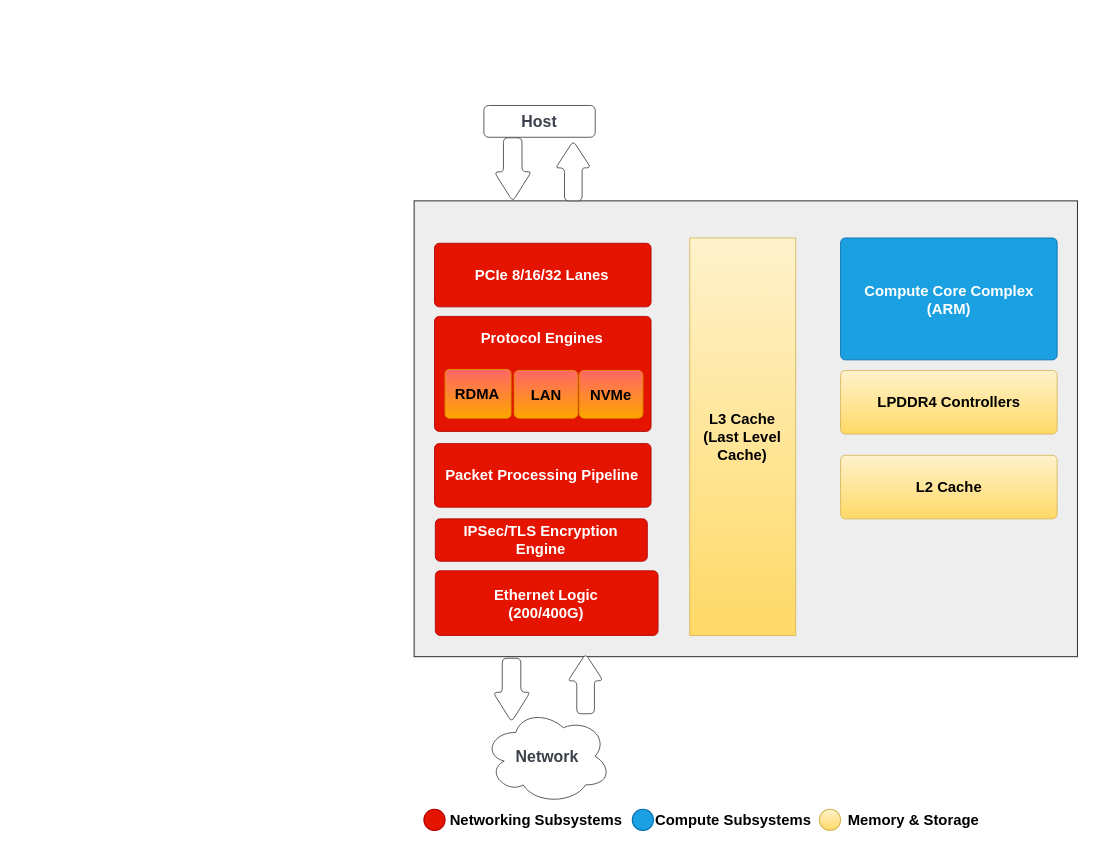
purduecyan/media keeps this draw.io diagram as Snic.drawio. Above is the earlier version. Source tidied: cells renumbered, new cells numbered last; positions are measured from the earlier drawing's top-left corner, leaving out a move shared by most shapes. Both pictures are drawn from the tidied source at 106%, with x=0, y=0 at pixel (413, 105).
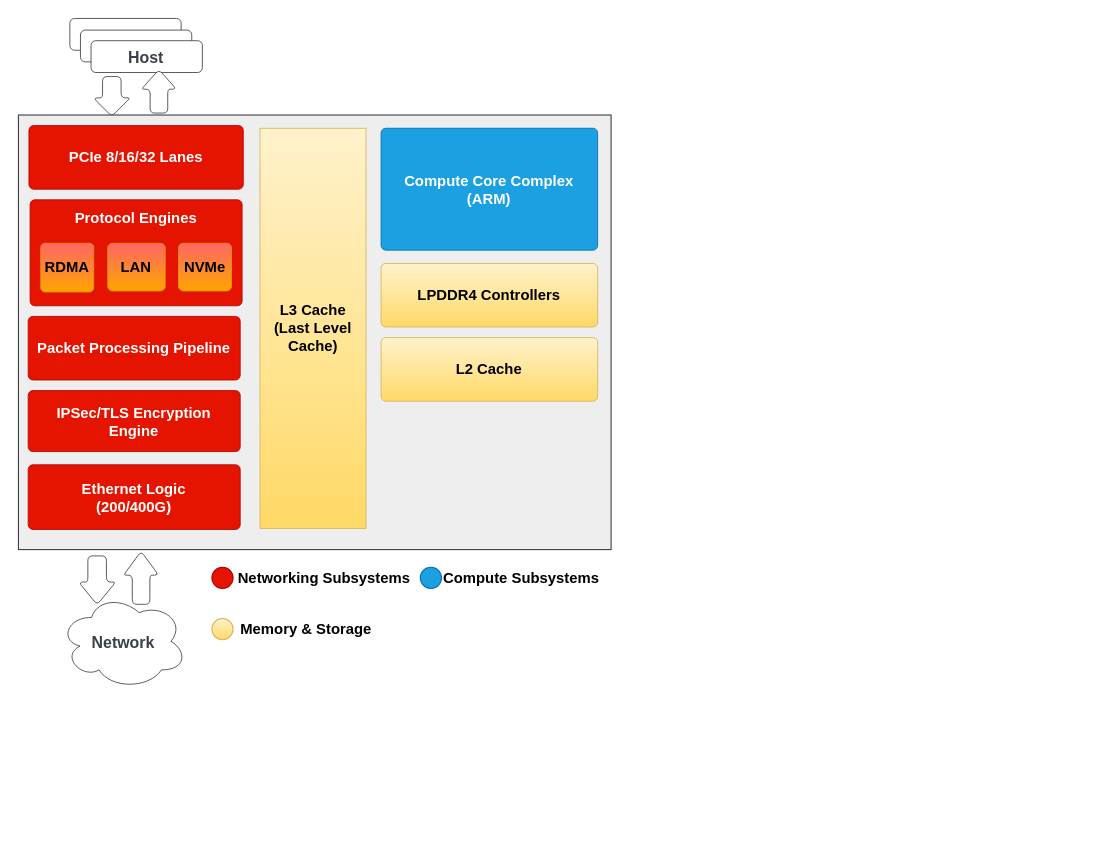
The same page after the edit.

What changed in the source:
```diff
@@
-    <mxCell id="2" style="group;" parent="1" vertex="1">
-      <mxGeometry x="0.2" width="625.8" height="580" as="geometry" />
-    </mxCell>
-    <mxCell id="3" style="group;" parent="2" vertex="1">
-      <mxGeometry width="625.8" height="580" as="geometry" />
-    </mxCell>
+    <mxCell id="30" style="group;" parent="1" vertex="1">
+      <mxGeometry x="-373.1" y="-82.1" width="559.1" height="632.6" as="geometry" />
+    </mxCell>
+    <mxCell id="24" value="&lt;b&gt;&lt;font style=&quot;font-size: 14px;&quot;&gt;Networking Subsystems&lt;br&gt;&lt;/font&gt;&lt;/b&gt;" style="text;html=1;align=center;verticalAlign=middle;strokeColor=none;fillColor=none;" parent="30" vertex="1">
+      <mxGeometry x="193.2" y="512.7" width="190" height="30" as="geometry" />
+    </mxCell>
+    <mxCell id="25" style="ellipse;whiteSpace=wrap;html=1;fillColor=#e51400;fontColor=#ffffff;strokeColor=#B20000;" parent="30" vertex="1">
+      <mxGeometry x="182.5" y="517.7" width="20" height="20" as="geometry" />
+    </mxCell>
+    <mxCell id="26" value="&lt;b style=&quot;font-size: 14px;&quot;&gt;Compute Subsystems&lt;br&gt;&lt;/b&gt;" style="text;html=1;align=center;verticalAlign=middle;strokeColor=none;fillColor=none;" parent="30" vertex="1">
+      <mxGeometry x="389.1" y="512.7" width="170" height="30" as="geometry" />
+    </mxCell>
+    <mxCell id="27" style="ellipse;whiteSpace=wrap;html=1;fillColor=#1ba1e2;fontColor=#ffffff;strokeColor=#006EAF;" parent="30" vertex="1">
+      <mxGeometry x="379.1" y="517.7" width="20" height="20" as="geometry" />
+    </mxCell>
+    <mxCell id="28" value="&lt;b style=&quot;font-size: 14px;&quot;&gt;Memory &amp;amp; Storage&lt;br&gt;&lt;/b&gt;" style="text;html=1;align=center;verticalAlign=middle;strokeColor=none;fillColor=none;" parent="30" vertex="1">
+      <mxGeometry x="196" y="561.1" width="150" height="30" as="geometry" />
+    </mxCell>
+    <mxCell id="29" style="ellipse;whiteSpace=wrap;html=1;fillColor=#fff2cc;gradientColor=#ffd966;strokeColor=#d6b656;" parent="30" vertex="1">
+      <mxGeometry x="182.5" y="566.1" width="20" height="20" as="geometry" />
+    </mxCell>
-    <mxCell id="4" style="rounded=0;whiteSpace=wrap;html=1;fillColor=#eeeeee;strokeColor=#36393d;" parent="3" vertex="1">
-      <mxGeometry y="90" width="625.8" height="430" as="geometry" />
+    <mxCell id="4" style="rounded=0;whiteSpace=wrap;html=1;fillColor=#eeeeee;strokeColor=#36393d;" parent="30" vertex="1">
+      <mxGeometry y="91.1" width="559.1" height="410" as="geometry" />
     </mxCell>
-    <mxCell id="5" style="group;" parent="3" vertex="1">
-      <mxGeometry x="19.2" y="199" width="204.3" height="301" as="geometry" />
-    </mxCell>
-    <mxCell id="6" value="Protocol Engines&lt;br&gt;&lt;br&gt;&lt;br&gt;&lt;br&gt;&lt;br&gt;" style="html=1;overflow=block;blockSpacing=1;whiteSpace=wrap;fontSize=14;fontColor=#ffffff;spacing=3.8;strokeColor=#B20000;strokeOpacity=100;fillOpacity=100;rounded=1;absoluteArcSize=1;arcSize=9;fillColor=#e51400;strokeWidth=0.8;lucidId=~~6K7ca9YZYn;fontStyle=1;" parent="5" vertex="1">
-      <mxGeometry width="204.3" height="108.5" as="geometry" />
-    </mxCell>
-    <mxCell id="7" value="Packet Processing Pipeline" style="html=1;overflow=block;blockSpacing=1;whiteSpace=wrap;fontSize=14;fontColor=#ffffff;spacing=3.8;strokeColor=#B20000;strokeOpacity=100;fillOpacity=100;rounded=1;absoluteArcSize=1;arcSize=9;fillColor=#e51400;strokeWidth=0.8;lucidId=ca7KPe8sUfcH;fontStyle=1;" parent="5" vertex="1">
-      <mxGeometry y="120" width="204.3" height="60" as="geometry" />
-    </mxCell>
-    <mxCell id="8" value="NVMe" style="html=1;overflow=block;blockSpacing=1;whiteSpace=wrap;fontSize=14;spacing=3.8;strokeColor=#d79b00;strokeOpacity=100;fillOpacity=100;rounded=1;absoluteArcSize=1;arcSize=9;fillColor=#FF6666;strokeWidth=0.8;lucidId=Ua7KMCPptFoE;fontStyle=1;gradientColor=#ffa500;" parent="5" vertex="1">
-      <mxGeometry x="136.6" y="51" width="60" height="45" as="geometry" />
-    </mxCell>
-    <mxCell id="9" value="LAN" style="html=1;overflow=block;blockSpacing=1;whiteSpace=wrap;fontSize=14;spacing=3.8;strokeColor=#d79b00;strokeOpacity=100;fillOpacity=100;rounded=1;absoluteArcSize=1;arcSize=9;fillColor=#FF6666;strokeWidth=0.8;lucidId=Ua7KMCPptFoE;fontStyle=1;gradientColor=#ffa500;" parent="5" vertex="1">
-      <mxGeometry x="75.2" y="51" width="60" height="45" as="geometry" />
-    </mxCell>
-    <mxCell id="10" value="RDMA" style="html=1;overflow=block;blockSpacing=1;whiteSpace=wrap;fontSize=14;spacing=3.8;strokeColor=#d79b00;strokeOpacity=100;fillOpacity=100;rounded=1;absoluteArcSize=1;arcSize=8;fillColor=#FF6666;strokeWidth=0.8;lucidId=Ua7KMCPptFoE;fontStyle=1;gradientColor=#ffa500;" parent="5" vertex="1">
-      <mxGeometry x="10" y="50" width="62.2" height="46" as="geometry" />
-    </mxCell>
-    <mxCell id="11" value="L3 Cache &lt;br&gt;(Last Level&lt;br&gt;Cache)" style="html=1;overflow=block;blockSpacing=1;whiteSpace=wrap;fontSize=14;spacing=3.8;strokeColor=#d6b656;strokeOpacity=100;fillOpacity=100;rounded=1;absoluteArcSize=1;arcSize=0;fillColor=#fff2cc;strokeWidth=0.8;lucidId=ra7KsMhs7qSS;fontStyle=1;gradientColor=#ffd966;" parent="3" vertex="1">
-      <mxGeometry x="260" y="125" width="100" height="375" as="geometry" />
+    <mxCell id="11" value="L3 Cache &lt;br&gt;(Last Level&lt;br&gt;Cache)" style="html=1;overflow=block;blockSpacing=1;whiteSpace=wrap;fontSize=14;spacing=3.8;strokeColor=#d6b656;strokeOpacity=100;fillOpacity=100;rounded=1;absoluteArcSize=1;arcSize=0;fillColor=#fff2cc;strokeWidth=0.8;lucidId=ra7KsMhs7qSS;fontStyle=1;gradientColor=#ffd966;" parent="30" vertex="1">
+      <mxGeometry x="227.9" y="103.6" width="100" height="377.5" as="geometry" />
     </mxCell>
-    <mxCell id="12" value="Compute Core Complex (ARM)" style="html=1;overflow=block;blockSpacing=1;whiteSpace=wrap;fontSize=14;fontColor=#ffffff;spacing=3.8;strokeColor=#006EAF;strokeOpacity=100;fillOpacity=100;rounded=1;absoluteArcSize=1;arcSize=9;fillColor=#1ba1e2;strokeWidth=0.8;lucidId=Ca7KuzQSQbgJ;fontStyle=1;" parent="3" vertex="1">
-      <mxGeometry x="402.3" y="125" width="204.3" height="115" as="geometry" />
+    <mxCell id="12" value="Compute Core Complex (ARM)" style="html=1;overflow=block;blockSpacing=1;whiteSpace=wrap;fontSize=14;fontColor=#ffffff;spacing=3.8;strokeColor=#006EAF;strokeOpacity=100;fillOpacity=100;rounded=1;absoluteArcSize=1;arcSize=9;fillColor=#1ba1e2;strokeWidth=0.8;lucidId=Ca7KuzQSQbgJ;fontStyle=1;" parent="30" vertex="1">
+      <mxGeometry x="342.1" y="103.6" width="204.3" height="115" as="geometry" />
     </mxCell>
-    <mxCell id="13" value="LPDDR4 Controllers" style="html=1;overflow=block;blockSpacing=1;whiteSpace=wrap;fontSize=14;spacing=3.8;strokeColor=#d6b656;strokeOpacity=100;fillOpacity=100;rounded=1;absoluteArcSize=1;arcSize=9;fillColor=#fff2cc;strokeWidth=0.8;lucidId=ub7KovHv9te5;fontStyle=1;gradientColor=#ffd966;" parent="3" vertex="1">
-      <mxGeometry x="402.3" y="250" width="204.3" height="60" as="geometry" />
+    <mxCell id="13" value="LPDDR4 Controllers" style="html=1;overflow=block;blockSpacing=1;whiteSpace=wrap;fontSize=14;spacing=3.8;strokeColor=#d6b656;strokeOpacity=100;fillOpacity=100;rounded=1;absoluteArcSize=1;arcSize=9;fillColor=#fff2cc;strokeWidth=0.8;lucidId=ub7KovHv9te5;fontStyle=1;gradientColor=#ffd966;" parent="30" vertex="1">
+      <mxGeometry x="342.1" y="231.1" width="204.3" height="60" as="geometry" />
     </mxCell>
-    <mxCell id="14" value="&lt;div style=&quot;font-size: 14px;&quot;&gt;Ethernet Logic&lt;/div&gt;&lt;div style=&quot;font-size: 14px;&quot;&gt;(200/400G)&lt;/div&gt;" style="html=1;overflow=block;blockSpacing=1;whiteSpace=wrap;fontSize=14;fontColor=#ffffff;spacing=3.8;strokeColor=#B20000;strokeOpacity=100;fillOpacity=100;rounded=1;absoluteArcSize=1;arcSize=9;fillColor=#e51400;strokeWidth=0.8;lucidId=ja7KJcIPla4~;fontStyle=1;" parent="3" vertex="1">
-      <mxGeometry x="20" y="439" width="210.1" height="61" as="geometry" />
+    <mxCell id="14" value="&lt;div style=&quot;font-size: 14px;&quot;&gt;Ethernet Logic&lt;/div&gt;&lt;div style=&quot;font-size: 14px;&quot;&gt;(200/400G)&lt;/div&gt;" style="html=1;overflow=block;blockSpacing=1;whiteSpace=wrap;fontSize=14;fontColor=#ffffff;spacing=3.8;strokeColor=#B20000;strokeOpacity=100;fillOpacity=100;rounded=1;absoluteArcSize=1;arcSize=9;fillColor=#e51400;strokeWidth=0.8;lucidId=ja7KJcIPla4~;fontStyle=1;" parent="30" vertex="1">
+      <mxGeometry x="9.2" y="421.1" width="200" height="61" as="geometry" />
     </mxCell>
-    <mxCell id="15" value="PCIe 8/16/32 Lanes" style="html=1;overflow=block;blockSpacing=1;whiteSpace=wrap;fontSize=14;fontColor=#ffffff;spacing=3.8;strokeColor=#B20000;strokeOpacity=100;fillOpacity=100;rounded=1;absoluteArcSize=1;arcSize=9;fillColor=#e51400;strokeWidth=0.8;lucidId=1~6K_v-VPYom;fontStyle=1;" parent="3" vertex="1">
-      <mxGeometry x="19.2" y="130" width="204.3" height="60" as="geometry" />
+    <mxCell id="15" value="PCIe 8/16/32 Lanes" style="html=1;overflow=block;blockSpacing=1;whiteSpace=wrap;fontSize=14;fontColor=#ffffff;spacing=3.8;strokeColor=#B20000;strokeOpacity=100;fillOpacity=100;rounded=1;absoluteArcSize=1;arcSize=9;fillColor=#e51400;strokeWidth=0.8;lucidId=1~6K_v-VPYom;fontStyle=1;" parent="30" vertex="1">
+      <mxGeometry x="9.9" y="101.1" width="202.2" height="60" as="geometry" />
     </mxCell>
-    <mxCell id="16" value="IPSec/TLS Encryption Engine" style="html=1;overflow=block;blockSpacing=1;whiteSpace=wrap;fontSize=14;fontColor=#ffffff;spacing=3.8;strokeColor=#B20000;strokeOpacity=100;fillOpacity=100;rounded=1;absoluteArcSize=1;arcSize=9;fillColor=#e51400;strokeWidth=0.8;lucidId=fa7K2U30uZY5;fontStyle=1;" parent="3" vertex="1">
-      <mxGeometry x="20" y="390" width="200" height="40" as="geometry" />
+    <mxCell id="16" value="IPSec/TLS Encryption Engine" style="html=1;overflow=block;blockSpacing=1;whiteSpace=wrap;fontSize=14;fontColor=#ffffff;spacing=3.8;strokeColor=#B20000;strokeOpacity=100;fillOpacity=100;rounded=1;absoluteArcSize=1;arcSize=9;fillColor=#e51400;strokeWidth=0.8;lucidId=fa7K2U30uZY5;fontStyle=1;" parent="30" vertex="1">
+      <mxGeometry x="9.2" y="351.1" width="200" height="57.5" as="geometry" />
     </mxCell>
+    <mxCell id="22" value="L2 Cache" style="html=1;overflow=block;blockSpacing=1;whiteSpace=wrap;fontSize=14;spacing=3.8;strokeColor=#d6b656;strokeOpacity=100;fillOpacity=100;rounded=1;absoluteArcSize=1;arcSize=9;fillColor=#fff2cc;strokeWidth=0.8;lucidId=ub7KovHv9te5;fontStyle=1;gradientColor=#ffd966;" parent="30" vertex="1">
+      <mxGeometry x="342.1" y="301.1" width="204.3" height="60" as="geometry" />
+    </mxCell>
+    <mxCell id="31" style="html=1;overflow=block;blockSpacing=1;whiteSpace=wrap;fontSize=15;fontColor=#3a414a;spacing=3.8;strokeColor=#3a414a;strokeOpacity=100;rounded=1;absoluteArcSize=1;arcSize=9;strokeWidth=0.8;lucidId=P-_KfFqmB5sf;fontStyle=1;" parent="30" vertex="1">
+      <mxGeometry x="48.5" width="105" height="30" as="geometry" />
+    </mxCell>
+    <mxCell id="32" style="html=1;overflow=block;blockSpacing=1;whiteSpace=wrap;fontSize=15;fontColor=#3a414a;spacing=3.8;strokeColor=#3a414a;strokeOpacity=100;rounded=1;absoluteArcSize=1;arcSize=9;strokeWidth=0.8;lucidId=P-_KfFqmB5sf;fontStyle=1;" parent="30" vertex="1">
+      <mxGeometry x="58.5" y="11" width="105" height="30" as="geometry" />
+    </mxCell>
-    <mxCell id="17" value="Host" style="html=1;overflow=block;blockSpacing=1;whiteSpace=wrap;fontSize=15;fontColor=#3a414a;spacing=3.8;strokeColor=#3a414a;strokeOpacity=100;rounded=1;absoluteArcSize=1;arcSize=9;strokeWidth=0.8;lucidId=P-_KfFqmB5sf;fontStyle=1;" parent="3" vertex="1">
-      <mxGeometry x="65.8" width="105" height="30" as="geometry" />
+    <mxCell id="17" value="Host" style="html=1;overflow=block;blockSpacing=1;whiteSpace=wrap;fontSize=15;fontColor=#3a414a;spacing=3.8;strokeColor=#3a414a;strokeOpacity=100;rounded=1;absoluteArcSize=1;arcSize=9;strokeWidth=0.8;lucidId=P-_KfFqmB5sf;fontStyle=1;" parent="30" vertex="1">
+      <mxGeometry x="68.5" y="21" width="105" height="30" as="geometry" />
     </mxCell>
-    <mxCell id="18" style="shape=singleArrow;arrowWidth=0.5;arrowSize=0.45;whiteSpace=wrap;fontSize=13;spacing=3.8;strokeColor=#3a414a;strokeOpacity=100;rounded=1;absoluteArcSize=1;arcSize=9;rotation=270;strokeWidth=0.8;html=1;" parent="3" vertex="1">
-      <mxGeometry x="121.9" y="45.1" width="56.5" height="33.2" as="geometry" />
-    </mxCell>
-    <mxCell id="19" style="shape=singleArrow;arrowWidth=0.5;arrowSize=0.465;whiteSpace=wrap;fontSize=13;spacing=3.8;strokeColor=#3a414a;strokeOpacity=100;rounded=1;absoluteArcSize=1;arcSize=9;rotation=90;strokeWidth=0.8;html=1;" parent="3" vertex="1">
-      <mxGeometry x="63" y="43" width="60" height="35" as="geometry" />
-    </mxCell>
-    <mxCell id="20" style="shape=singleArrow;arrowWidth=0.5;arrowSize=0.45;whiteSpace=wrap;fontSize=13;spacing=3.8;strokeColor=#3a414a;strokeOpacity=100;rounded=1;absoluteArcSize=1;arcSize=9;rotation=270;strokeWidth=0.8;html=1;" parent="3" vertex="1">
-      <mxGeometry x="133.5" y="529" width="56.5" height="33.2" as="geometry" />
-    </mxCell>
-    <mxCell id="21" style="shape=singleArrow;arrowWidth=0.5;arrowSize=0.465;whiteSpace=wrap;fontSize=13;spacing=3.8;strokeColor=#3a414a;strokeOpacity=100;rounded=1;absoluteArcSize=1;arcSize=9;rotation=90;strokeWidth=0.8;html=1;" parent="3" vertex="1">
-      <mxGeometry x="61.9" y="534" width="60" height="35" as="geometry" />
-    </mxCell>
-    <mxCell id="22" value="L2 Cache" style="html=1;overflow=block;blockSpacing=1;whiteSpace=wrap;fontSize=14;spacing=3.8;strokeColor=#d6b656;strokeOpacity=100;fillOpacity=100;rounded=1;absoluteArcSize=1;arcSize=9;fillColor=#fff2cc;strokeWidth=0.8;lucidId=ub7KovHv9te5;fontStyle=1;gradientColor=#ffd966;" parent="3" vertex="1">
-      <mxGeometry x="402.3" y="330" width="204.3" height="60" as="geometry" />
-    </mxCell>
+    <mxCell id="33" style="shape=singleArrow;arrowWidth=0.5;arrowSize=0.45;whiteSpace=wrap;fontSize=13;spacing=3.8;strokeColor=#3a414a;strokeOpacity=100;rounded=1;absoluteArcSize=1;arcSize=9;rotation=270;strokeWidth=0.8;html=1;" parent="30" vertex="1">
+      <mxGeometry x="112.1" y="52.2" width="40.9" height="33.2" as="geometry" />
+    </mxCell>
+    <mxCell id="34" style="shape=singleArrow;arrowWidth=0.5;arrowSize=0.465;whiteSpace=wrap;fontSize=13;spacing=3.8;strokeColor=#3a414a;strokeOpacity=100;rounded=1;absoluteArcSize=1;arcSize=9;rotation=90;strokeWidth=0.8;html=1;" parent="30" vertex="1">
+      <mxGeometry x="69.3" y="56.1" width="37.6" height="35" as="geometry" />
+    </mxCell>
+    <mxCell id="6" value="Protocol Engines&lt;br&gt;&lt;br&gt;&lt;br&gt;&lt;br&gt;&lt;br&gt;" style="html=1;overflow=block;blockSpacing=1;whiteSpace=wrap;fontSize=14;fontColor=#ffffff;spacing=3.8;strokeColor=#B20000;strokeOpacity=100;fillOpacity=100;rounded=1;absoluteArcSize=1;arcSize=9;fillColor=#e51400;strokeWidth=0.8;lucidId=~~6K7ca9YZYn;fontStyle=1;" parent="30" vertex="1">
+      <mxGeometry x="11" y="171.1" width="200" height="100" as="geometry" />
+    </mxCell>
+    <mxCell id="7" value="Packet Processing Pipeline" style="html=1;overflow=block;blockSpacing=1;whiteSpace=wrap;fontSize=14;fontColor=#ffffff;spacing=3.8;strokeColor=#B20000;strokeOpacity=100;fillOpacity=100;rounded=1;absoluteArcSize=1;arcSize=9;fillColor=#e51400;strokeWidth=0.8;lucidId=ca7KPe8sUfcH;fontStyle=1;" parent="30" vertex="1">
+      <mxGeometry x="9.2" y="281.1" width="200" height="60" as="geometry" />
+    </mxCell>
+    <mxCell id="8" value="NVMe" style="html=1;overflow=block;blockSpacing=1;whiteSpace=wrap;fontSize=14;spacing=3.8;strokeColor=#d79b00;strokeOpacity=100;fillOpacity=100;rounded=1;absoluteArcSize=1;arcSize=9;fillColor=#FF6666;strokeWidth=0.8;lucidId=Ua7KMCPptFoE;fontStyle=1;gradientColor=#ffa500;" parent="30" vertex="1">
+      <mxGeometry x="151" y="212.1" width="50" height="45" as="geometry" />
+    </mxCell>
+    <mxCell id="9" value="LAN" style="html=1;overflow=block;blockSpacing=1;whiteSpace=wrap;fontSize=14;spacing=3.8;strokeColor=#d79b00;strokeOpacity=100;fillOpacity=100;rounded=1;absoluteArcSize=1;arcSize=9;fillColor=#FF6666;strokeWidth=0.8;lucidId=Ua7KMCPptFoE;fontStyle=1;gradientColor=#ffa500;" parent="30" vertex="1">
+      <mxGeometry x="84.2" y="212.1" width="54.3" height="45" as="geometry" />
+    </mxCell>
+    <mxCell id="10" value="RDMA" style="html=1;overflow=block;blockSpacing=1;whiteSpace=wrap;fontSize=14;spacing=3.8;strokeColor=#d79b00;strokeOpacity=100;fillOpacity=100;rounded=1;absoluteArcSize=1;arcSize=8;fillColor=#FF6666;strokeWidth=0.8;lucidId=Ua7KMCPptFoE;fontStyle=1;gradientColor=#ffa500;" parent="30" vertex="1">
+      <mxGeometry x="21" y="212.1" width="50" height="46" as="geometry" />
+    </mxCell>
-    <mxCell id="23" value="Network" style="html=1;overflow=block;blockSpacing=1;whiteSpace=wrap;ellipse;shape=cloud;fontSize=15;fontColor=#3a414a;spacing=3.8;strokeColor=#3a414a;strokeOpacity=100;rounded=1;absoluteArcSize=1;arcSize=9;strokeWidth=0.8;lucidId=P-_KW_uM1pLi;fontStyle=1;" parent="1" vertex="1">
-      <mxGeometry x="66" y="569" width="120" height="90" as="geometry" />
+    <mxCell id="23" value="Network" style="html=1;overflow=block;blockSpacing=1;whiteSpace=wrap;ellipse;shape=cloud;fontSize=15;fontColor=#3a414a;spacing=3.8;strokeColor=#3a414a;strokeOpacity=100;rounded=1;absoluteArcSize=1;arcSize=9;strokeWidth=0.8;lucidId=P-_KW_uM1pLi;fontStyle=1;" parent="30" vertex="1">
+      <mxGeometry x="38.9" y="542.6" width="120" height="90" as="geometry" />
     </mxCell>
-    <mxCell id="24" value="&lt;b&gt;&lt;font style=&quot;font-size: 14px;&quot;&gt;Networking Subsystems&lt;br&gt;&lt;/font&gt;&lt;/b&gt;" style="text;html=1;align=center;verticalAlign=middle;strokeColor=none;fillColor=none;" parent="1" vertex="1">
-      <mxGeometry x="20" y="659" width="190" height="30" as="geometry" />
-    </mxCell>
-    <mxCell id="25" style="ellipse;whiteSpace=wrap;html=1;fillColor=#e51400;fontColor=#ffffff;strokeColor=#B20000;" parent="1" vertex="1">
-      <mxGeometry x="9.4" y="664" width="20" height="20" as="geometry" />
-    </mxCell>
-    <mxCell id="26" value="&lt;b style=&quot;font-size: 14px;&quot;&gt;Compute Subsystems&lt;br&gt;&lt;/b&gt;" style="text;html=1;align=center;verticalAlign=middle;strokeColor=none;fillColor=none;" parent="1" vertex="1">
-      <mxGeometry x="216" y="659" width="170" height="30" as="geometry" />
-    </mxCell>
-    <mxCell id="27" style="ellipse;whiteSpace=wrap;html=1;fillColor=#1ba1e2;fontColor=#ffffff;strokeColor=#006EAF;" parent="1" vertex="1">
-      <mxGeometry x="206" y="664" width="20" height="20" as="geometry" />
-    </mxCell>
-    <mxCell id="28" value="&lt;b style=&quot;font-size: 14px;&quot;&gt;Memory &amp;amp; Storage&lt;br&gt;&lt;/b&gt;" style="text;html=1;align=center;verticalAlign=middle;strokeColor=none;fillColor=none;" parent="1" vertex="1">
-      <mxGeometry x="396" y="659" width="150" height="30" as="geometry" />
-    </mxCell>
-    <mxCell id="29" style="ellipse;whiteSpace=wrap;html=1;fillColor=#fff2cc;gradientColor=#ffd966;strokeColor=#d6b656;" parent="1" vertex="1">
-      <mxGeometry x="382.5" y="664" width="20" height="20" as="geometry" />
-    </mxCell>
+    <mxCell id="35" style="shape=singleArrow;arrowWidth=0.5;arrowSize=0.45;whiteSpace=wrap;fontSize=13;spacing=3.8;strokeColor=#3a414a;strokeOpacity=100;rounded=1;absoluteArcSize=1;arcSize=9;rotation=270;strokeWidth=0.8;html=1;" parent="30" vertex="1">
+      <mxGeometry x="90.7" y="511.1" width="50" height="33.2" as="geometry" />
+    </mxCell>
+    <mxCell id="36" style="shape=singleArrow;arrowWidth=0.5;arrowSize=0.465;whiteSpace=wrap;fontSize=13;spacing=3.8;strokeColor=#3a414a;strokeOpacity=100;rounded=1;absoluteArcSize=1;arcSize=9;rotation=90;strokeWidth=0.8;html=1;" parent="30" vertex="1">
+      <mxGeometry x="51.2" y="512.6" width="46.1" height="35" as="geometry" />
+    </mxCell>
```
